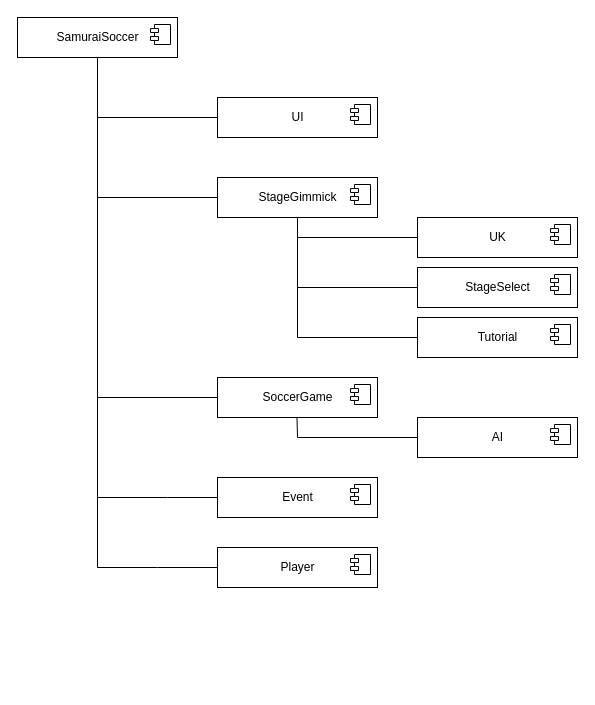
watson70percent/SAMURAI-SOCCER keeps this draw.io diagram as SamuraiSoccerStructure.drawio. Above is the earlier version. Source tidied: cells renumbered, new cells numbered last; positions are measured from the earlier drawing's top-left corner, leaving out a move shared by most shapes. Both pictures are drawn from the tidied source at 100%, with x=0, y=0 at pixel (17, 17).
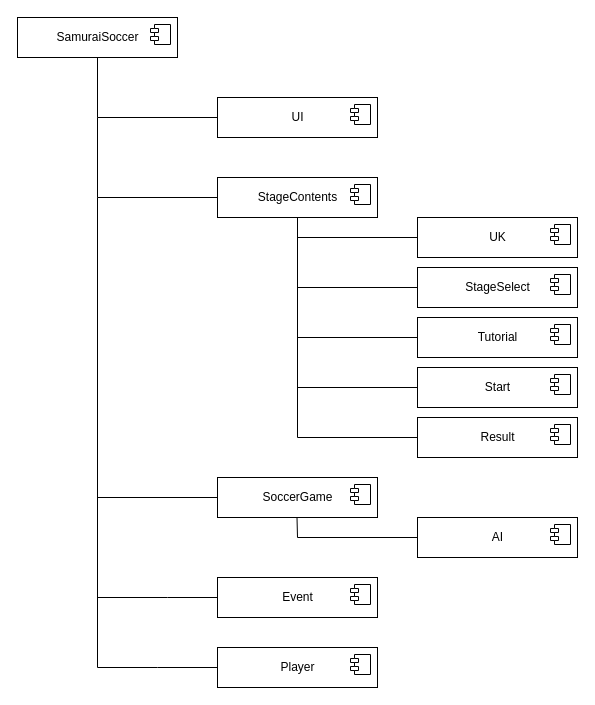
Above is the later version.

The edit, as a diff of the source:
```diff
@@
     <mxCell id="4" value="SoccerGame" style="html=1;" parent="1" vertex="1">
-      <mxGeometry x="200" y="360" width="160" height="40" as="geometry" />
+      <mxGeometry x="200" y="460" width="160" height="40" as="geometry" />
     </mxCell>
@@
-    <mxCell id="8" value="StageGimmick" style="html=1;" parent="1" vertex="1">
+    <mxCell id="8" value="StageContents" style="html=1;" parent="1" vertex="1">
       <mxGeometry x="200" y="160" width="160" height="40" as="geometry" />
     </mxCell>
@@
     <mxCell id="10" value="AI" style="html=1;" parent="1" vertex="1">
-      <mxGeometry x="400" y="400" width="160" height="40" as="geometry" />
+      <mxGeometry x="400" y="500" width="160" height="40" as="geometry" />
     </mxCell>
@@
     <mxCell id="18" style="endArrow=none;html=1;rounded=0;" parent="1" edge="1">
       <mxGeometry relative="1" as="geometry">
-        <mxPoint x="80" y="550" as="sourcePoint" />
+        <mxPoint x="80" y="650" as="sourcePoint" />
         <mxPoint x="80" y="180" as="targetPoint" />
       </mxGeometry>
     </mxCell>
     <mxCell id="19" style="endArrow=none;html=1;rounded=0;entryX=0;entryY=0.5;entryDx=0;entryDy=0;" parent="1" edge="1" target="4">
       <mxGeometry relative="1" as="geometry">
-        <mxPoint x="80" y="380" as="sourcePoint" />
+        <mxPoint x="80" y="480" as="sourcePoint" />
       </mxGeometry>
     </mxCell>
     <mxCell id="20" style="endArrow=none;html=1;rounded=0;entryX=0.5;entryY=1;entryDx=0;entryDy=0;" parent="1" edge="1" target="8">
       <mxGeometry relative="1" as="geometry">
-        <mxPoint x="280" y="320" as="sourcePoint" />
+        <mxPoint x="280" y="420" as="sourcePoint" />
       </mxGeometry>
     </mxCell>
@@
     <mxCell id="22" style="endArrow=none;html=1;rounded=0;" parent="1" edge="1">
       <mxGeometry relative="1" as="geometry">
-        <mxPoint x="279.5" y="400" as="sourcePoint" />
-        <mxPoint x="280" y="420" as="targetPoint" />
+        <mxPoint x="279.5" y="500" as="sourcePoint" />
+        <mxPoint x="280" y="520" as="targetPoint" />
       </mxGeometry>
     </mxCell>
     <mxCell id="23" style="endArrow=none;html=1;rounded=0;entryX=0;entryY=0.5;entryDx=0;entryDy=0;" parent="1" edge="1" target="10">
       <mxGeometry relative="1" as="geometry">
-        <mxPoint x="280" y="420" as="sourcePoint" />
+        <mxPoint x="280" y="520" as="sourcePoint" />
       </mxGeometry>
     </mxCell>
     <mxCell id="24" style="endArrow=none;html=1;rounded=0;entryX=0;entryY=0.5;entryDx=0;entryDy=0;" parent="1" edge="1" target="25">
       <mxGeometry relative="1" as="geometry">
-        <mxPoint x="80" y="480" as="sourcePoint" />
+        <mxPoint x="80" y="580" as="sourcePoint" />
         <Array as="points">
-          <mxPoint x="150" y="480" />
+          <mxPoint x="150" y="580" />
         </Array>
       </mxGeometry>
     </mxCell>
     <mxCell id="25" value="Event" style="html=1;" parent="1" vertex="1">
-      <mxGeometry x="200" y="460" width="160" height="40" as="geometry" />
+      <mxGeometry x="200" y="560" width="160" height="40" as="geometry" />
     </mxCell>
@@
     <mxCell id="27" value="Player" style="html=1;" parent="1" vertex="1">
-      <mxGeometry x="200" y="530" width="160" height="40" as="geometry" />
+      <mxGeometry x="200" y="630" width="160" height="40" as="geometry" />
     </mxCell>
@@
     <mxCell id="29" style="endArrow=none;html=1;rounded=0;entryX=0;entryY=0.5;entryDx=0;entryDy=0;" parent="1" edge="1" target="27">
       <mxGeometry relative="1" as="geometry">
-        <mxPoint x="80" y="550" as="sourcePoint" />
+        <mxPoint x="80" y="650" as="sourcePoint" />
         <Array as="points">
-          <mxPoint x="140" y="550" />
+          <mxPoint x="140" y="650" />
         </Array>
       </mxGeometry>
     </mxCell>
@@
+    <mxCell id="36" style="endArrow=none;html=1;rounded=0;entryX=0;entryY=0.5;entryDx=0;entryDy=0;" parent="1" edge="1" target="37">
+      <mxGeometry relative="1" as="geometry">
+        <mxPoint x="280" y="370" as="sourcePoint" />
+      </mxGeometry>
+    </mxCell>
+    <mxCell id="37" value="Start" style="html=1;" parent="1" vertex="1">
+      <mxGeometry x="400" y="350" width="160" height="40" as="geometry" />
+    </mxCell>
+    <mxCell id="38" style="shape=module;jettyWidth=8;jettyHeight=4;" parent="37" vertex="1">
+      <mxGeometry x="1" width="20" height="20" relative="1" as="geometry">
+        <mxPoint x="-27" y="7" as="offset" />
+      </mxGeometry>
+    </mxCell>
+    <mxCell id="39" style="endArrow=none;html=1;rounded=0;entryX=0;entryY=0.5;entryDx=0;entryDy=0;" parent="1" edge="1" target="40">
+      <mxGeometry relative="1" as="geometry">
+        <mxPoint x="280" y="420" as="sourcePoint" />
+      </mxGeometry>
+    </mxCell>
+    <mxCell id="40" value="Result" style="html=1;" parent="1" vertex="1">
+      <mxGeometry x="400" y="400" width="160" height="40" as="geometry" />
+    </mxCell>
+    <mxCell id="41" style="shape=module;jettyWidth=8;jettyHeight=4;" parent="40" vertex="1">
+      <mxGeometry x="1" width="20" height="20" relative="1" as="geometry">
+        <mxPoint x="-27" y="7" as="offset" />
+      </mxGeometry>
+    </mxCell>
```
